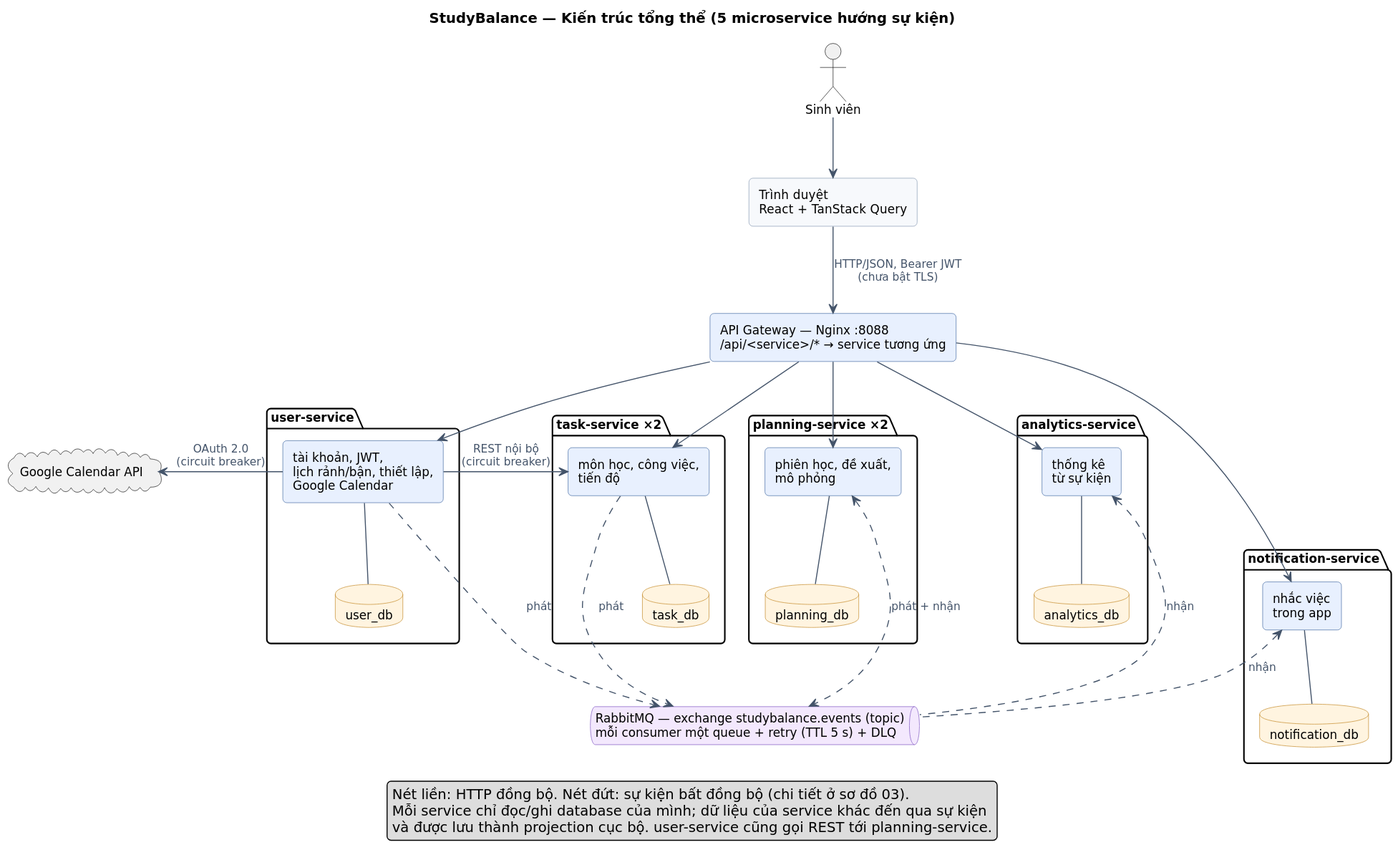
The PlantUML diagram docs/architecture/01-tong-quan.svg in HuongLinh293/study_balance, before a commit. Source of this version:
```plantuml
@startuml
!include _style.iuml
title StudyBalance — Kiến trúc tổng thể (5 microservice hướng sự kiện)
top to bottom direction

actor "Sinh viên" as user
rectangle "Trình duyệt\nReact + TanStack Query" as web
component "API Gateway — Nginx :8088\n/api/<service>/* → service tương ứng" as gw

package "user-service" as P1 {
  component "tài khoản, JWT,\nlịch rảnh/bận, thiết lập,\nGoogle Calendar" as us
  database "user_db" as udb
}
package "task-service ×2" as P2 {
  component "môn học, công việc,\ntiến độ" as ts
  database "task_db" as tdb
}
package "planning-service ×2" as P3 {
  component "phiên học, đề xuất,\nmô phỏng" as ps
  database "planning_db" as pdb
}
package "notification-service" as P4 {
  component "nhắc việc\ntrong app" as ns
  database "notification_db" as ndb
}
package "analytics-service" as P5 {
  component "thống kê\ntừ sự kiện" as as
  database "analytics_db" as adb
}

queue "RabbitMQ — exchange studybalance.events (topic)\nmỗi consumer một queue + retry (TTL 5 s) + DLQ" as mq
cloud "Google Calendar API" as google

user -down-> web
web -down-> gw : HTTP/JSON, Bearer JWT\n(chưa bật TLS)
gw -down-> us
gw -down-> ts
gw -down-> ps
gw -down-> ns
gw -down-> as

us -down- udb
ts -down- tdb
ps -down- pdb
ns -down- ndb
as -down- adb

udb -[hidden]down-> mq
us .down.> mq : phát
ts .down.> mq : phát
ps <.down.> mq : phát + nhận
mq .up.> ns : nhận
mq .up.> as : nhận

us -right-> ts : REST nội bộ\n(circuit breaker)
us -left-> google : OAuth 2.0\n(circuit breaker)

legend bottom
  Nét liền: HTTP đồng bộ. Nét đứt: sự kiện bất đồng bộ (chi tiết ở sơ đồ 03).
  Mỗi service chỉ đọc/ghi database của mình; dữ liệu của service khác đến qua sự kiện
  và được lưu thành projection cục bộ. user-service cũng gọi REST tới planning-service.
endlegend
@enduml
```
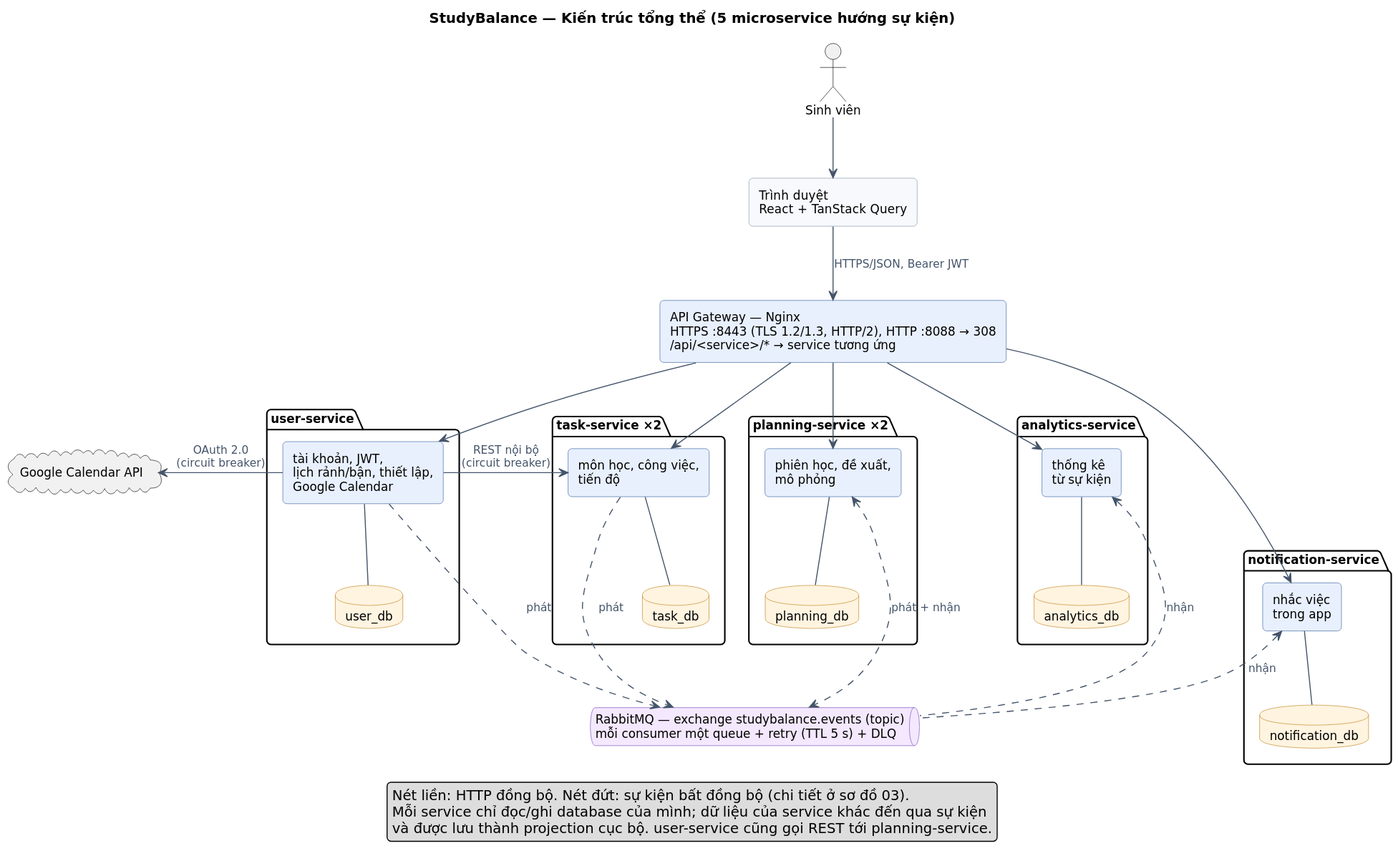
Above is the later version.

Change to the diagram source:
```diff
@@ -5,7 +5,7 @@
 
 actor "Sinh viên" as user
 rectangle "Trình duyệt\nReact + TanStack Query" as web
-component "API Gateway — Nginx :8088\n/api/<service>/* → service tương ứng" as gw
+component "API Gateway — Nginx\nHTTPS :8443 (TLS 1.2/1.3, HTTP/2), HTTP :8088 → 308\n/api/<service>/* → service tương ứng" as gw
 
 package "user-service" as P1 {
   component "tài khoản, JWT,\nlịch rảnh/bận, thiết lập,\nGoogle Calendar" as us
@@ -32,7 +32,7 @@
 cloud "Google Calendar API" as google
 
 user -down-> web
-web -down-> gw : HTTP/JSON, Bearer JWT\n(chưa bật TLS)
+web -down-> gw : HTTPS/JSON, Bearer JWT
 gw -down-> us
 gw -down-> ts
 gw -down-> ps
```
